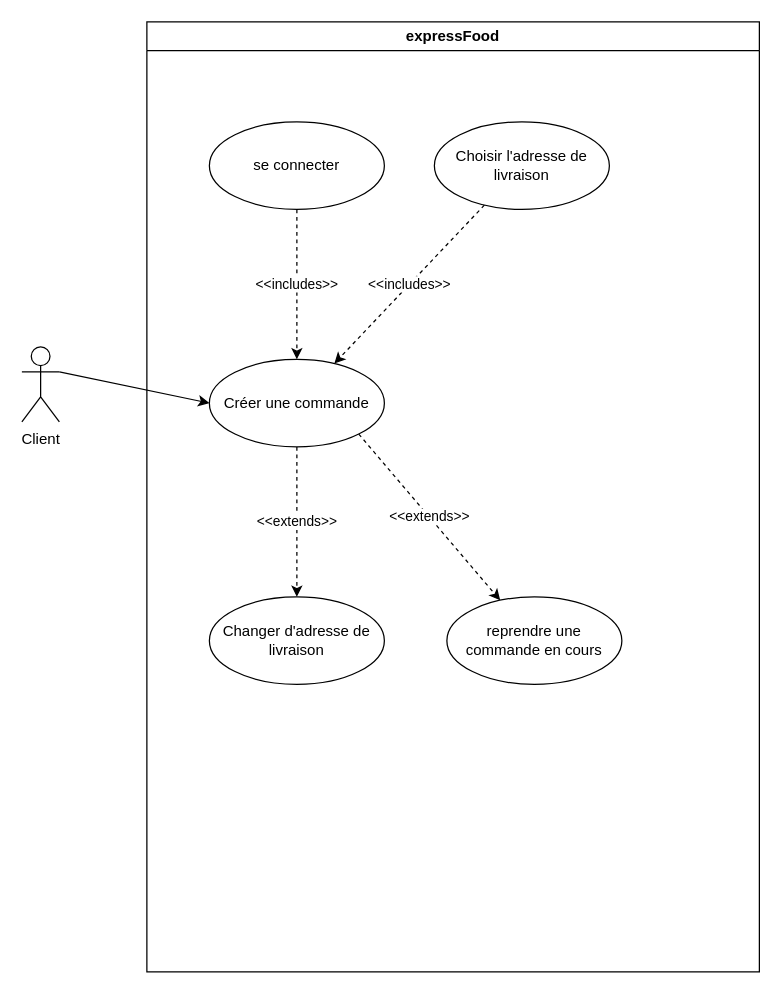
Above: page "Creer une commande" (2 of 4) of main_use_case.drawio in sebastien-deren/projet_4 (draw.io), before the change. Source tidied: cells renumbered, new cells numbered last; positions are measured from the earlier drawing's top-left corner, leaving out a move shared by most shapes. Both pictures are drawn from the tidied source at 125%, with x=0, y=0 at pixel (21, 21).
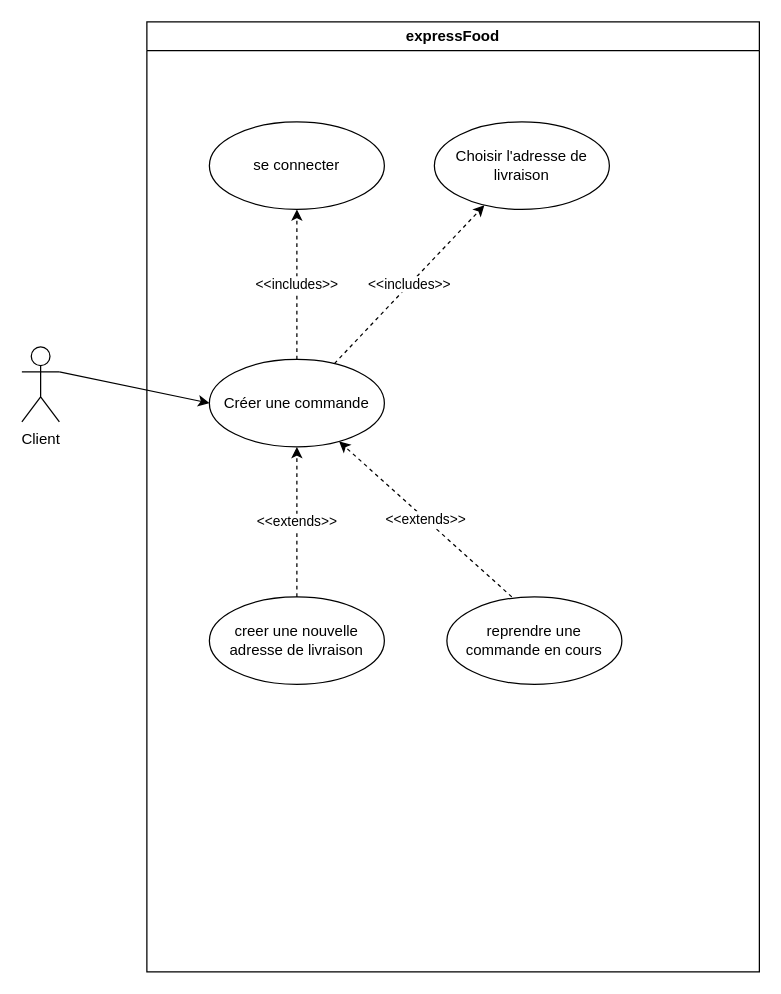
The same page after the edit.

The edit, as a diff of the source:
```diff
@@
 <mxGraphModel>
   <root>
     <mxCell id="0" />
     <mxCell id="1" parent="0" />
     <mxCell id="2" value="Client" style="shape=umlActor;verticalLabelPosition=bottom;verticalAlign=top;html=1;outlineConnect=0;" parent="1" vertex="1">
       <mxGeometry y="260" width="30" height="60" as="geometry" />
     </mxCell>
     <mxCell id="3" value="expressFood" style="swimlane;whiteSpace=wrap;html=1;" parent="1" vertex="1">
       <mxGeometry x="100" width="490" height="760" as="geometry" />
     </mxCell>
     <mxCell id="4" value="se connecter" style="ellipse;whiteSpace=wrap;html=1;" parent="3" vertex="1">
       <mxGeometry x="50" y="80" width="140" height="70" as="geometry" />
     </mxCell>
-    <mxCell id="5" value="&amp;lt;&amp;lt;extends&amp;gt;&amp;gt;" style="edgeStyle=orthogonalEdgeStyle;rounded=0;jettySize=auto;html=1;exitX=0.5;exitY=1;exitDx=0;exitDy=0;dashed=1;" parent="3" edge="1" source="7" target="8">
+    <mxCell id="5" value="&amp;lt;&amp;lt;extends&amp;gt;&amp;gt;" style="edgeStyle=orthogonalEdgeStyle;rounded=0;jettySize=auto;html=1;dashed=1;" parent="3" edge="1" source="8" target="7">
       <mxGeometry relative="1" as="geometry" />
     </mxCell>
-    <mxCell id="6" value="&amp;lt;&amp;lt;extends&amp;gt;&amp;gt;" style="edgeStyle=none;rounded=0;jettySize=auto;html=1;exitX=1;exitY=1;exitDx=0;exitDy=0;dashed=1;" parent="3" edge="1" source="7" target="10">
+    <mxCell id="6" value="&amp;lt;&amp;lt;extends&amp;gt;&amp;gt;" style="edgeStyle=none;rounded=0;jettySize=auto;html=1;dashed=1;exitX=0.371;exitY=0;exitDx=0;exitDy=0;exitPerimeter=0;" parent="3" edge="1" source="10" target="7">
       <mxGeometry relative="1" as="geometry" />
     </mxCell>
     <mxCell id="7" value="Créer une commande" style="ellipse;whiteSpace=wrap;html=1;" parent="3" vertex="1">
       <mxGeometry x="50" y="270" width="140" height="70" as="geometry" />
     </mxCell>
-    <mxCell id="8" value="Changer d'adresse de livraison" style="ellipse;whiteSpace=wrap;html=1;" parent="3" vertex="1">
+    <mxCell id="8" value="creer une nouvelle adresse de livraison" style="ellipse;whiteSpace=wrap;html=1;" parent="3" vertex="1">
       <mxGeometry x="50" y="460" width="140" height="70" as="geometry" />
     </mxCell>
-    <mxCell id="9" value="&amp;lt;&amp;lt;includes&amp;gt;&amp;gt;" style="endArrow=classic;html=1;rounded=0;dashed=1;" parent="3" edge="1" source="4" target="7">
+    <mxCell id="9" value="&amp;lt;&amp;lt;includes&amp;gt;&amp;gt;" style="endArrow=classic;html=1;rounded=0;dashed=1;exitX=0.5;exitY=0;exitDx=0;exitDy=0;" parent="3" edge="1" source="7" target="4">
       <mxGeometry relative="1" as="geometry" />
     </mxCell>
     <mxCell id="10" value="reprendre une commande en cours" style="ellipse;whiteSpace=wrap;html=1;" parent="3" vertex="1">
       <mxGeometry x="240" y="460" width="140" height="70" as="geometry" />
     </mxCell>
     <mxCell id="11" value="Choisir l'adresse de livraison" style="ellipse;whiteSpace=wrap;html=1;" parent="3" vertex="1">
       <mxGeometry x="230" y="80" width="140" height="70" as="geometry" />
     </mxCell>
-    <mxCell id="12" value="&amp;lt;&amp;lt;includes&amp;gt;&amp;gt;" style="endArrow=classic;html=1;rounded=0;dashed=1;" parent="3" edge="1" source="11" target="7">
+    <mxCell id="12" value="&amp;lt;&amp;lt;includes&amp;gt;&amp;gt;" style="endArrow=classic;html=1;rounded=0;dashed=1;" parent="3" edge="1" source="7" target="11">
       <mxGeometry relative="1" as="geometry" />
     </mxCell>
     <mxCell id="13" style="endArrow=classic;html=1;rounded=0;exitX=1;exitY=0.3333333333333333;exitDx=0;exitDy=0;exitPerimeter=0;entryX=0;entryY=0.5;entryDx=0;entryDy=0;" parent="1" edge="1" source="2" target="7">
       <mxGeometry relative="1" as="geometry" />
     </mxCell>
   </root>
 </mxGraphModel>
```
